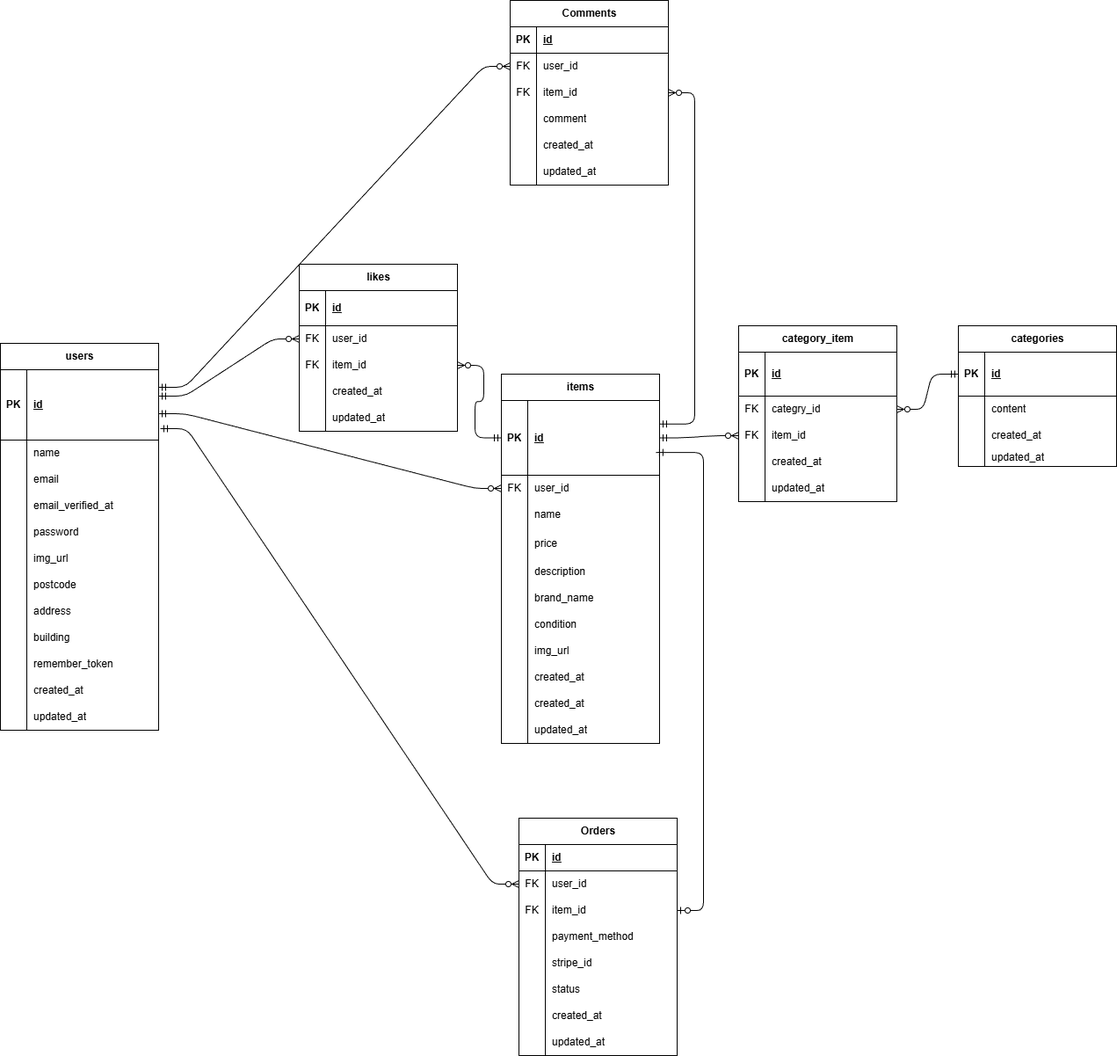
Before: ER.drawio.png, a diagram exported from draw.io (HIDE52/hide-fremaapp). Source tidied: cells renumbered, new cells last; positions are measured from the earlier drawing's top-left corner, leaving out a move shared by most shapes.
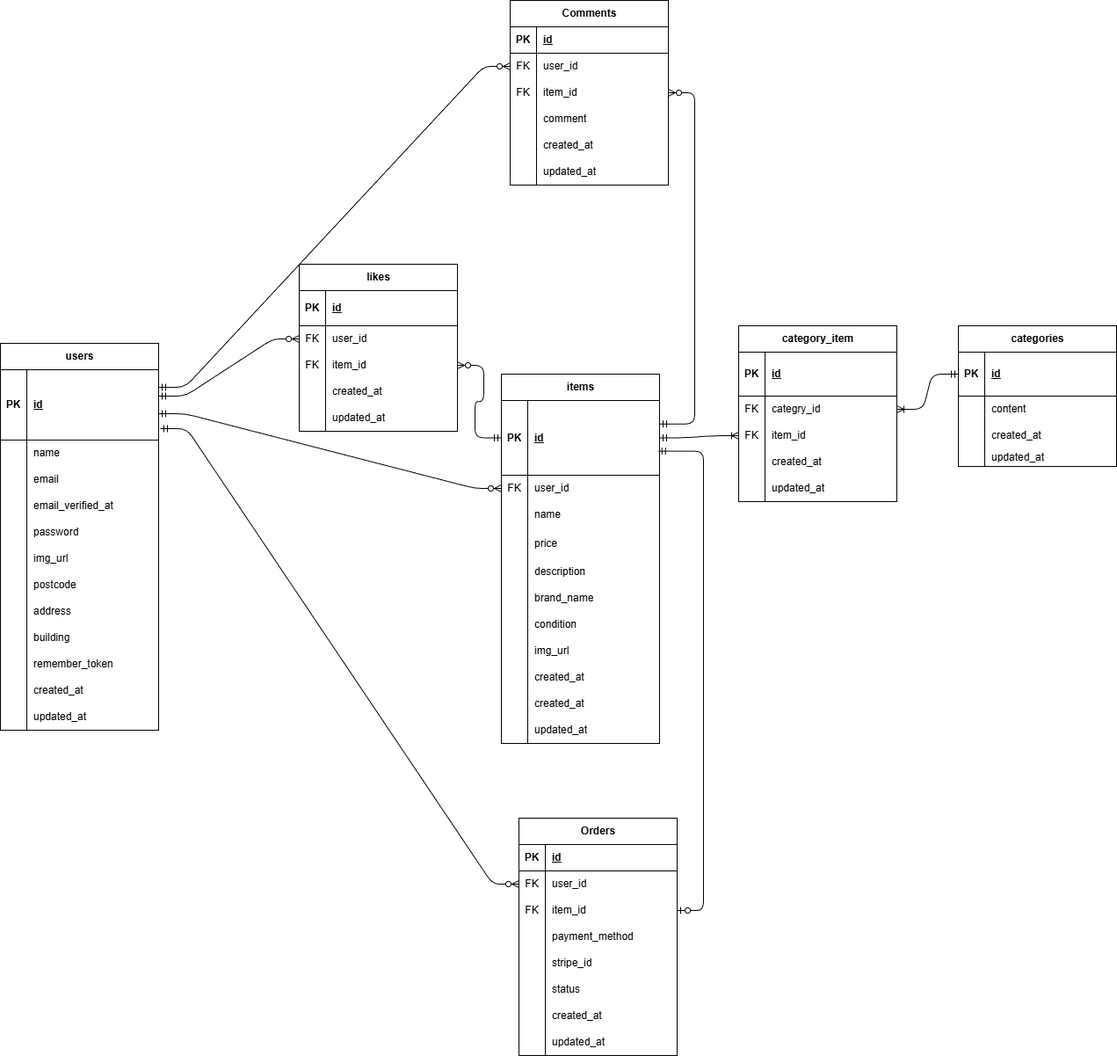
The same file after the commit.

Diff of the diagram source:
```diff
@@ -460,22 +460,23 @@
         </Array>
       </mxGeometry>
     </mxCell>
-    <mxCell id="149" style="edgeStyle=entityRelationEdgeStyle;fontSize=12;html=1;endArrow=ERmandOne;endFill=0;startArrow=ERzeroToOne;startFill=0;entryX=0.977;entryY=0.696;entryDx=0;entryDy=0;entryPerimeter=0;" parent="1" edge="1" source="128" target="53">
+    <mxCell id="149" style="edgeStyle=entityRelationEdgeStyle;fontSize=12;html=1;endArrow=ERmandOne;endFill=0;startArrow=ERzeroToOne;startFill=0;entryX=0.993;entryY=0.678;entryDx=0;entryDy=0;entryPerimeter=0;" parent="1" edge="1" source="128" target="53">
       <mxGeometry relative="1" as="geometry">
         <Array as="points">
           <mxPoint x="902.3" y="827.7" />
           <mxPoint x="862.3" y="905.7" />
+          <mxPoint x="780" y="580" />
         </Array>
       </mxGeometry>
     </mxCell>
-    <mxCell id="150" style="edgeStyle=entityRelationEdgeStyle;fontSize=12;html=1;endArrow=ERzeroToMany;endFill=1;startArrow=ERmandOne;startFill=0;exitX=1;exitY=0.5;exitDx=0;exitDy=0;" parent="1" edge="1" source="53" target="93">
+    <mxCell id="150" style="edgeStyle=entityRelationEdgeStyle;fontSize=12;html=1;endArrow=ERoneToMany;endFill=0;startArrow=ERmandOne;startFill=0;exitX=1;exitY=0.5;exitDx=0;exitDy=0;" parent="1" edge="1" source="53" target="93">
       <mxGeometry relative="1" as="geometry">
         <Array as="points">
           <mxPoint x="800" y="530" />
         </Array>
       </mxGeometry>
     </mxCell>
-    <mxCell id="151" style="edgeStyle=entityRelationEdgeStyle;fontSize=12;html=1;endArrow=ERmandOne;endFill=0;startArrow=ERzeroToMany;startFill=0;" parent="1" edge="1" source="90" target="3">
+    <mxCell id="151" style="edgeStyle=entityRelationEdgeStyle;fontSize=12;html=1;endArrow=ERmandOne;endFill=0;startArrow=ERoneToMany;startFill=0;" parent="1" edge="1" source="90" target="3">
       <mxGeometry relative="1" as="geometry">
         <Array as="points">
           <mxPoint x="1110" y="520" />
```
